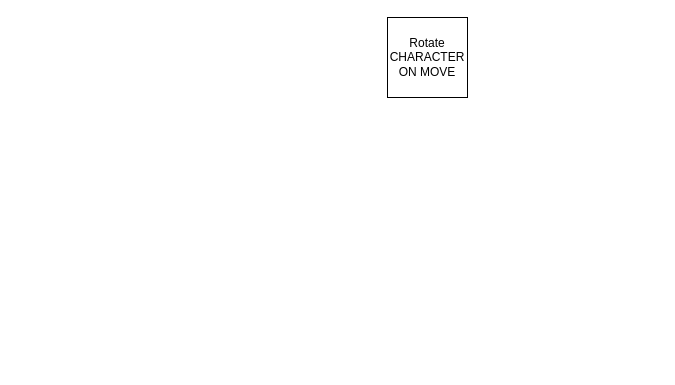
The draw.io diagram GDD.drawio in SantoLeSaintPere/EPSAA-2024-BOSS-RUSH, before the edit. Source tidied: cells renumbered, new cells numbered last; positions are measured from the earlier drawing's top-left corner, leaving out a move shared by most shapes. Both pictures are drawn from the tidied source at 100%, with x=0, y=0 at pixel (387, 17).
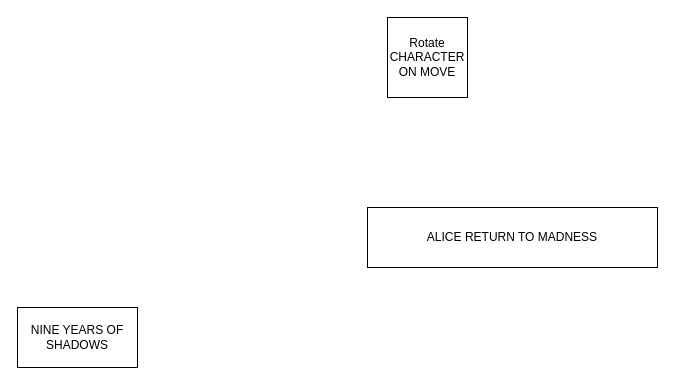
The same page after the edit.

Change to the diagram source:
```diff
@@
 <mxGraphModel>
   <root>
     <mxCell id="0" />
     <mxCell id="1" parent="0" />
     <mxCell id="2" value="Rotate CHARACTER ON MOVE" style="whiteSpace=wrap;html=1;" parent="1" vertex="1">
       <mxGeometry width="80" height="80" as="geometry" />
     </mxCell>
+    <mxCell id="3" value="ALICE RETURN TO MADNESS" style="rounded=0;whiteSpace=wrap;html=1;" parent="1" vertex="1">
+      <mxGeometry x="-20" y="190" width="290" height="60" as="geometry" />
+    </mxCell>
+    <mxCell id="4" value="NINE YEARS OF SHADOWS" style="rounded=0;whiteSpace=wrap;html=1;" parent="1" vertex="1">
+      <mxGeometry x="-370" y="290" width="120" height="60" as="geometry" />
+    </mxCell>
   </root>
 </mxGraphModel>
```
